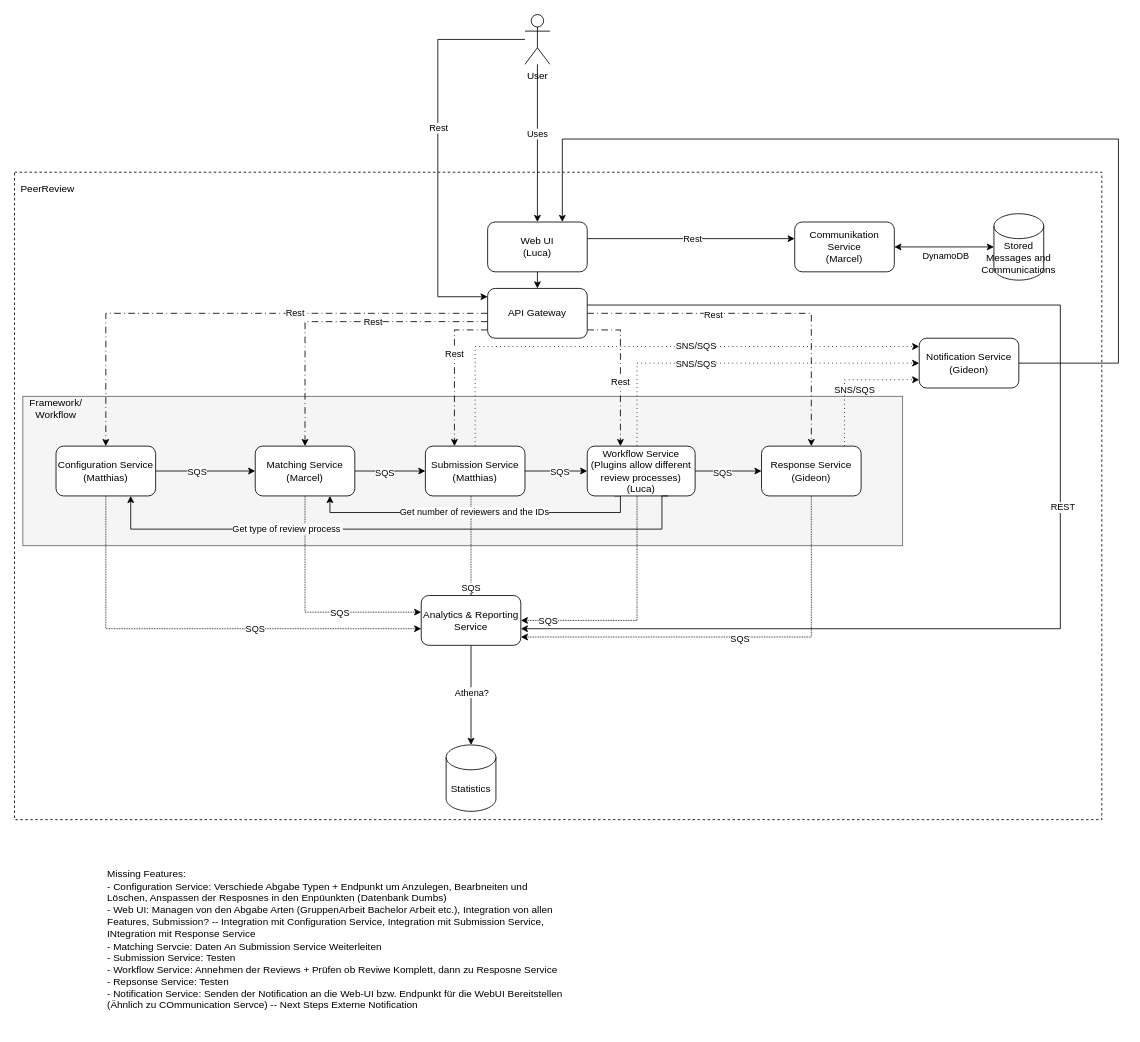
This is page "High Level" (1 of 2) of doc/Architecture High Level.drawio from fh-wedel/MSA26-PeerReview-Gruppe-A, a draw.io file, before an edit. Source tidied: cells renumbered, new cells numbered last; positions are measured from the earlier drawing's top-left corner, leaving out a move shared by most shapes. Both pictures are drawn from the tidied source at 83%, with x=0, y=0 at pixel (14, 14).
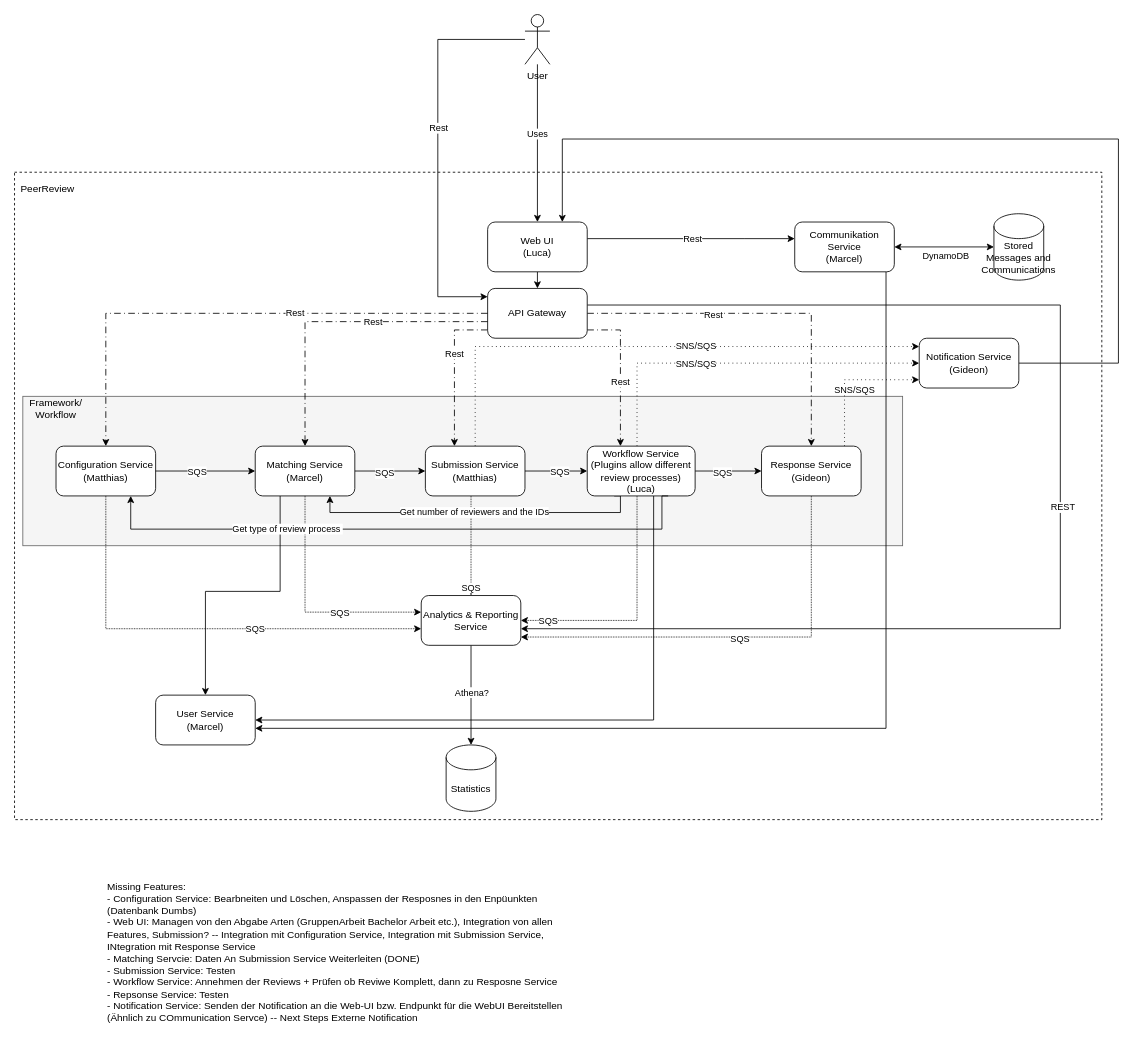
Above is the later version.

The change refers to these unchanged cells:
```xml
<mxCell id="23" value="Workflow Service (Plugins allow different review processes)&lt;br&gt;(Luca)" style="rounded=1;whiteSpace=wrap;html=1;" parent="1" vertex="1">
  <mxGeometry x="690" y="520" width="130" height="60" as="geometry" />
</mxCell>
<mxCell id="26" value="Communikation Service&lt;br&gt;(Marcel)" style="rounded=1;whiteSpace=wrap;html=1;" parent="1" vertex="1">
  <mxGeometry x="940" y="250" width="120" height="60" as="geometry" />
</mxCell>
<mxCell id="61" value="Matching Service&lt;br&gt;(Marcel)" style="rounded=1;whiteSpace=wrap;html=1;" parent="1" vertex="1">
  <mxGeometry x="290" y="520" width="120" height="60" as="geometry" />
</mxCell>
```

Diff of the diagram source:
```diff
@@
+    <mxCell id="72" style="edgeStyle=orthogonalEdgeStyle;rounded=0;jettySize=auto;html=1;" parent="1" edge="1" source="23" target="75">
+      <mxGeometry relative="1" as="geometry">
+        <Array as="points">
+          <mxPoint x="770" y="850" />
+        </Array>
+      </mxGeometry>
+    </mxCell>
@@
+    <mxCell id="73" style="edgeStyle=orthogonalEdgeStyle;rounded=0;jettySize=auto;html=1;" parent="1" edge="1" source="26" target="75">
+      <mxGeometry relative="1" as="geometry">
+        <Array as="points">
+          <mxPoint x="1050" y="860" />
+        </Array>
+      </mxGeometry>
+    </mxCell>
@@
+    <mxCell id="74" style="edgeStyle=orthogonalEdgeStyle;rounded=0;jettySize=auto;html=1;" parent="1" edge="1" source="61" target="75">
+      <mxGeometry relative="1" as="geometry">
+        <Array as="points">
+          <mxPoint x="320" y="695" />
+          <mxPoint x="230" y="695" />
+        </Array>
+      </mxGeometry>
+    </mxCell>
@@
-    <mxCell id="69" value="Missing Features:&lt;div&gt;- Configuration Service: Verschiede Abgabe Typen + Endpunkt um Anzulegen, Bearbneiten und Löschen, Anspassen der Resposnes in den Enpüunkten (Datenbank Dumbs)&lt;/div&gt;&lt;div&gt;- Web UI: Managen von den Abgabe Arten (GruppenArbeit Bachelor Arbeit etc.), Integration von allen Features, Submission? -- Integration mit Configuration Service, Integration mit Submission Service, INtegration mit Response Service&lt;/div&gt;&lt;div&gt;- Matching Servcie: Daten An Submission Service Weiterleiten&lt;/div&gt;&lt;div&gt;- Submission Service: Testen&lt;/div&gt;&lt;div&gt;- Workflow Service: Annehmen der Reviews + Prüfen ob Reviwe Komplett, dann zu Resposne Service&lt;br&gt;- Repsonse Service: Testen&lt;br&gt;- Notification Service: Senden der Notification an die Web-UI bzw. Endpunkt für die WebUI Bereitstellen (Ähnlich zu COmmunication Servce) -- Next Steps Externe Notification&lt;/div&gt;" style="text;html=1;whiteSpace=wrap;strokeColor=none;fillColor=none;align=left;verticalAlign=middle;rounded=0;" parent="1" vertex="1">
-      <mxGeometry x="110" y="1040" width="560" height="150" as="geometry" />
+    <mxCell id="69" value="Missing Features:&lt;div&gt;- Configuration Service: Bearbneiten und Löschen, Anspassen der Resposnes in den Enpüunkten (Datenbank Dumbs)&lt;/div&gt;&lt;div&gt;- Web UI: Managen von den Abgabe Arten (GruppenArbeit Bachelor Arbeit etc.), Integration von allen Features, Submission? -- Integration mit Configuration Service, Integration mit Submission Service, INtegration mit Response Service&lt;/div&gt;&lt;div&gt;- Matching Servcie: Daten An Submission Service Weiterleiten (DONE)&lt;/div&gt;&lt;div&gt;- Submission Service: Testen&lt;/div&gt;&lt;div&gt;- Workflow Service: Annehmen der Reviews + Prüfen ob Reviwe Komplett, dann zu Resposne Service&lt;br&gt;- Repsonse Service: Testen&lt;br&gt;- Notification Service: Senden der Notification an die Web-UI bzw. Endpunkt für die WebUI Bereitstellen (Ähnlich zu COmmunication Servce) -- Next Steps Externe Notification&lt;/div&gt;" style="text;html=1;whiteSpace=wrap;strokeColor=none;fillColor=none;align=left;verticalAlign=middle;rounded=0;" parent="1" vertex="1">
+      <mxGeometry x="110" y="1040" width="560" height="180" as="geometry" />
     </mxCell>
@@
+    <mxCell id="75" value="User Service&lt;br&gt;(Marcel)" style="rounded=1;whiteSpace=wrap;html=1;" parent="1" vertex="1">
+      <mxGeometry x="170" y="820" width="120" height="60" as="geometry" />
+    </mxCell>
```
